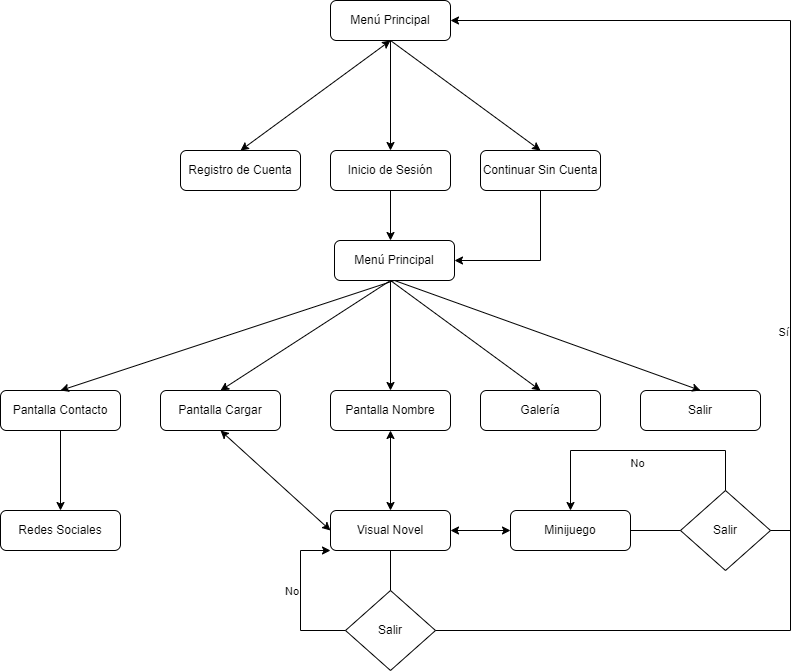
Before: Images/DiagramaFlujos.png, a diagram exported from draw.io (SilverTalesStudio/A_Flowers_Dream_GDD). Source tidied: cells renumbered, new cells last; positions are measured from the earlier drawing's top-left corner, leaving out a move shared by most shapes.
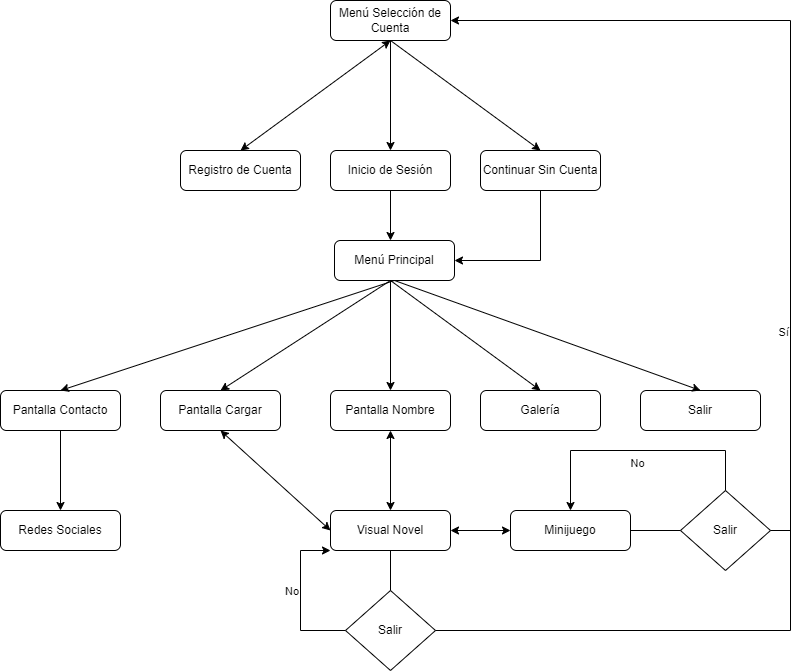
After the change.

Change to the diagram source:
```diff
@@ -120,7 +120,7 @@
     <mxCell id="31" style="edgeStyle=none;rounded=0;jettySize=auto;html=1;exitX=0.5;exitY=1;exitDx=0;exitDy=0;entryX=0.5;entryY=0;entryDx=0;entryDy=0;startArrow=classic;startFill=1;endArrow=classic;endFill=1;" parent="1" edge="1" source="32" target="33">
       <mxGeometry relative="1" as="geometry" />
     </mxCell>
-    <mxCell id="32" value="Menú Principal" style="rounded=1;whiteSpace=wrap;html=1;fontSize=12;glass=0;strokeWidth=1;shadow=0;" parent="1" vertex="1">
+    <mxCell id="32" value="Menú Selección de Cuenta" style="rounded=1;whiteSpace=wrap;html=1;fontSize=12;glass=0;strokeWidth=1;shadow=0;" parent="1" vertex="1">
       <mxGeometry x="330" width="120" height="40" as="geometry" />
     </mxCell>
     <mxCell id="33" value="Registro de Cuenta" style="rounded=1;whiteSpace=wrap;html=1;fontSize=12;glass=0;strokeWidth=1;shadow=0;" parent="1" vertex="1">
```
